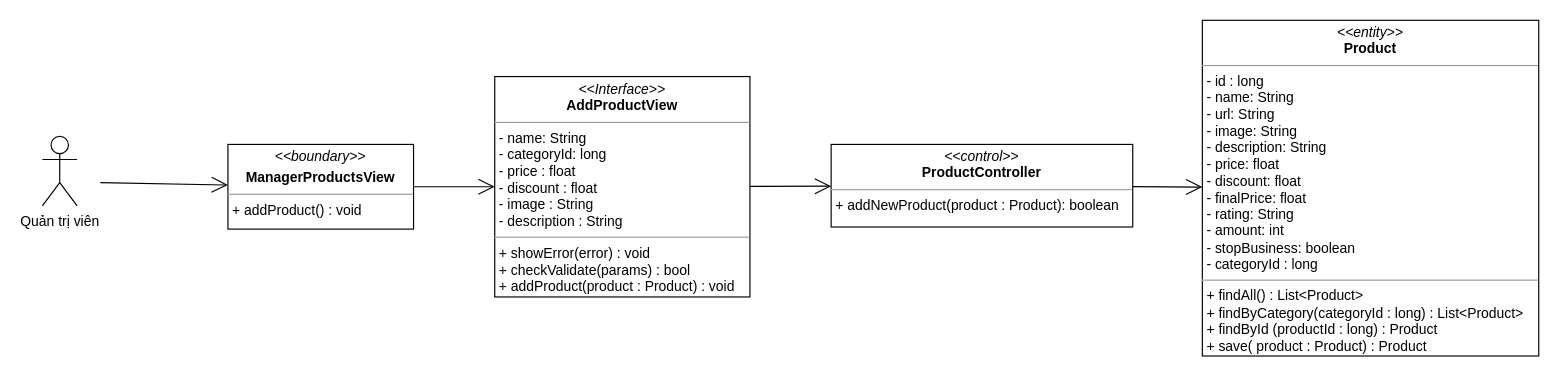
nguyenphamvan/datn_20202 keeps this draw.io diagram as class diagram/manager-add-product-class-diagram.drawio. Above is the earlier version. Source tidied: cells renumbered, new cells numbered last; positions are measured from the earlier drawing's top-left corner, leaving out a move shared by most shapes. Both pictures are drawn from the tidied source at 116%, with x=0, y=0 at pixel (42, 20).
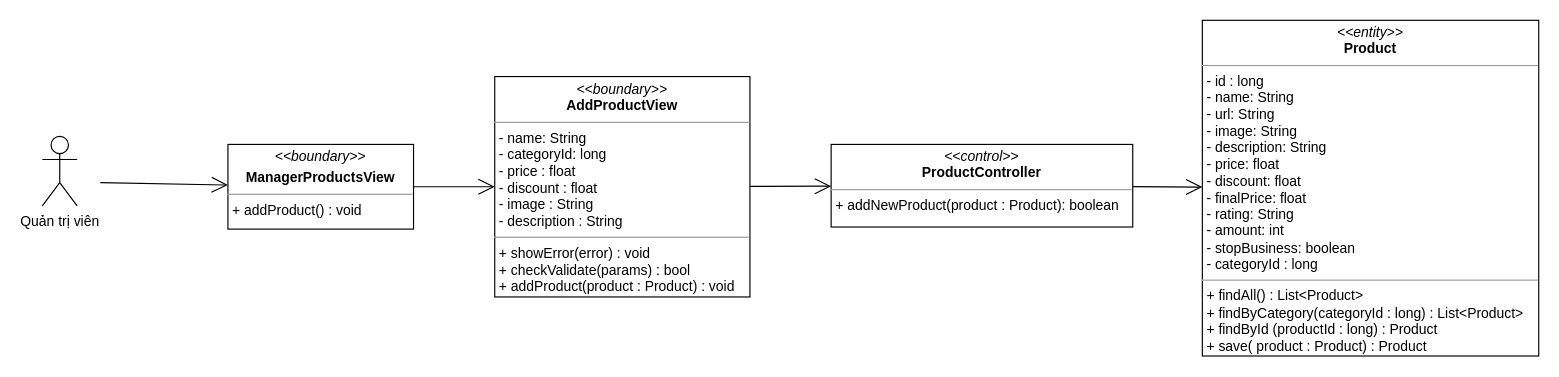
The same diagram, later.

What changed in the source:
```diff
@@
 <mxGraphModel>
   <root>
     <mxCell id="0" />
     <mxCell id="1" parent="0" />
     <mxCell id="2" value="&lt;p style=&quot;margin: 0px ; margin-top: 4px ; text-align: center&quot;&gt;&lt;i&gt;&amp;lt;&amp;lt;boundary&amp;gt;&amp;gt;&lt;/i&gt;&lt;/p&gt;&lt;p style=&quot;margin: 0px ; margin-top: 4px ; text-align: center&quot;&gt;&lt;b&gt;ManagerProductsView&lt;/b&gt;&lt;/p&gt;&lt;hr size=&quot;1&quot;&gt;&lt;p style=&quot;margin: 0px ; margin-left: 4px&quot;&gt;&lt;span&gt;+ addProduct() : void&lt;/span&gt;&lt;/p&gt;" style="verticalAlign=top;align=left;overflow=fill;fontSize=12;fontFamily=Helvetica;html=1;" parent="1" vertex="1">
       <mxGeometry x="160" y="107" width="160" height="73" as="geometry" />
     </mxCell>
     <mxCell id="3" style="endArrow=open;endFill=1;endSize=12;html=1;exitX=1;exitY=0.5;exitDx=0;exitDy=0;" parent="1" edge="1" source="2" target="7">
       <mxGeometry relative="1" as="geometry" />
     </mxCell>
     <mxCell id="4" value="&lt;p style=&quot;margin: 0px ; margin-top: 4px ; text-align: center&quot;&gt;&lt;i&gt;&amp;lt;&amp;lt;control&amp;gt;&amp;gt;&lt;/i&gt;&lt;br&gt;&lt;b&gt;ProductController&lt;/b&gt;&lt;/p&gt;&lt;hr size=&quot;1&quot;&gt;&lt;p style=&quot;margin: 0px ; margin-left: 4px&quot;&gt;+ addNewProduct(product : Product): boolean&lt;br&gt;&lt;/p&gt;" style="verticalAlign=top;align=left;overflow=fill;fontSize=12;fontFamily=Helvetica;html=1;" parent="1" vertex="1">
       <mxGeometry x="680" y="107" width="260" height="71.2" as="geometry" />
     </mxCell>
     <mxCell id="5" value="&lt;p style=&quot;margin: 0px ; margin-top: 4px ; text-align: center&quot;&gt;&lt;i&gt;&amp;lt;&amp;lt;entity&amp;gt;&amp;gt;&lt;/i&gt;&lt;br&gt;&lt;b&gt;Product&lt;/b&gt;&lt;/p&gt;&lt;hr size=&quot;1&quot;&gt;&lt;p style=&quot;margin: 0px ; margin-left: 4px&quot;&gt;- id : long&lt;/p&gt;&lt;p style=&quot;margin: 0px ; margin-left: 4px&quot;&gt;- name: String&lt;br&gt;- url: String&lt;/p&gt;&lt;p style=&quot;margin: 0px ; margin-left: 4px&quot;&gt;- image: String&lt;/p&gt;&lt;p style=&quot;margin: 0px ; margin-left: 4px&quot;&gt;- description: String&lt;/p&gt;&lt;p style=&quot;margin: 0px ; margin-left: 4px&quot;&gt;- price: float&lt;/p&gt;&lt;p style=&quot;margin: 0px ; margin-left: 4px&quot;&gt;- discount: float&lt;/p&gt;&lt;p style=&quot;margin: 0px ; margin-left: 4px&quot;&gt;- finalPrice: float&lt;/p&gt;&lt;p style=&quot;margin: 0px ; margin-left: 4px&quot;&gt;- rating: String&lt;/p&gt;&lt;p style=&quot;margin: 0px ; margin-left: 4px&quot;&gt;- amount: int&lt;/p&gt;&lt;p style=&quot;margin: 0px ; margin-left: 4px&quot;&gt;- stopBusiness: boolean&lt;/p&gt;&lt;p style=&quot;margin: 0px ; margin-left: 4px&quot;&gt;- categoryId : long&lt;/p&gt;&lt;hr size=&quot;1&quot;&gt;&lt;p style=&quot;margin: 0px 0px 0px 4px&quot;&gt;+ findAll() : List&amp;lt;Product&amp;gt;&lt;/p&gt;&lt;p style=&quot;margin: 0px 0px 0px 4px&quot;&gt;+ findByCategory(categoryId : long) : List&amp;lt;Product&amp;gt;&lt;/p&gt;&lt;p style=&quot;margin: 0px 0px 0px 4px&quot;&gt;+ findById (productId : long) : Product&lt;/p&gt;&lt;p style=&quot;margin: 0px 0px 0px 4px&quot;&gt;+ save( product : Product) : Product&lt;/p&gt;" style="verticalAlign=top;align=left;overflow=fill;fontSize=12;fontFamily=Helvetica;html=1;" parent="1" vertex="1">
       <mxGeometry x="1000" width="290" height="289.4" as="geometry" />
     </mxCell>
     <mxCell id="6" style="endArrow=open;endFill=1;endSize=12;html=1;" parent="1" edge="1" source="4" target="5">
       <mxGeometry relative="1" as="geometry" />
     </mxCell>
-    <mxCell id="7" value="&lt;p style=&quot;margin: 0px ; margin-top: 4px ; text-align: center&quot;&gt;&lt;i&gt;&amp;lt;&amp;lt;Interface&amp;gt;&amp;gt;&lt;/i&gt;&lt;br&gt;&lt;b&gt;AddProductView&lt;/b&gt;&lt;/p&gt;&lt;hr size=&quot;1&quot;&gt;&lt;p style=&quot;margin: 0px ; margin-left: 4px&quot;&gt;- name: String&lt;br&gt;- categoryId: long&lt;/p&gt;&lt;p style=&quot;margin: 0px ; margin-left: 4px&quot;&gt;- price : float&lt;/p&gt;&lt;p style=&quot;margin: 0px ; margin-left: 4px&quot;&gt;- discount : float&lt;/p&gt;&lt;p style=&quot;margin: 0px ; margin-left: 4px&quot;&gt;- image : String&lt;/p&gt;&lt;p style=&quot;margin: 0px ; margin-left: 4px&quot;&gt;- description : String&lt;/p&gt;&lt;hr size=&quot;1&quot;&gt;&lt;p style=&quot;margin: 0px 0px 0px 4px&quot;&gt;+ showError(error) : void&lt;br&gt;&lt;/p&gt;&lt;p style=&quot;margin: 0px 0px 0px 4px&quot;&gt;+ checkValidate(params) : bool&lt;/p&gt;&lt;p style=&quot;margin: 0px 0px 0px 4px&quot;&gt;+ addProduct(product : Product) : void&lt;/p&gt;" style="verticalAlign=top;align=left;overflow=fill;fontSize=12;fontFamily=Helvetica;html=1;" parent="1" vertex="1">
+    <mxCell id="7" value="&lt;p style=&quot;margin: 0px ; margin-top: 4px ; text-align: center&quot;&gt;&lt;i&gt;&amp;lt;&amp;lt;boundary&amp;gt;&amp;gt;&lt;/i&gt;&lt;br&gt;&lt;b&gt;AddProductView&lt;/b&gt;&lt;/p&gt;&lt;hr size=&quot;1&quot;&gt;&lt;p style=&quot;margin: 0px ; margin-left: 4px&quot;&gt;- name: String&lt;br&gt;- categoryId: long&lt;/p&gt;&lt;p style=&quot;margin: 0px ; margin-left: 4px&quot;&gt;- price : float&lt;/p&gt;&lt;p style=&quot;margin: 0px ; margin-left: 4px&quot;&gt;- discount : float&lt;/p&gt;&lt;p style=&quot;margin: 0px ; margin-left: 4px&quot;&gt;- image : String&lt;/p&gt;&lt;p style=&quot;margin: 0px ; margin-left: 4px&quot;&gt;- description : String&lt;/p&gt;&lt;hr size=&quot;1&quot;&gt;&lt;p style=&quot;margin: 0px 0px 0px 4px&quot;&gt;+ showError(error) : void&lt;br&gt;&lt;/p&gt;&lt;p style=&quot;margin: 0px 0px 0px 4px&quot;&gt;+ checkValidate(params) : bool&lt;/p&gt;&lt;p style=&quot;margin: 0px 0px 0px 4px&quot;&gt;+ addProduct(product : Product) : void&lt;/p&gt;" style="verticalAlign=top;align=left;overflow=fill;fontSize=12;fontFamily=Helvetica;html=1;" parent="1" vertex="1">
       <mxGeometry x="390" y="48.5" width="220" height="190" as="geometry" />
     </mxCell>
     <mxCell id="8" style="endArrow=open;endFill=1;endSize=12;html=1;" parent="1" edge="1" source="7" target="4">
       <mxGeometry relative="1" as="geometry" />
     </mxCell>
     <mxCell id="9" value="Quản trị viên" style="shape=umlActor;verticalLabelPosition=bottom;verticalAlign=top;html=1;" parent="1" vertex="1">
       <mxGeometry y="100" width="30" height="60" as="geometry" />
     </mxCell>
     <mxCell id="10" style="endArrow=open;endFill=1;endSize=12;html=1;" parent="1" edge="1" target="2">
       <mxGeometry relative="1" as="geometry">
         <mxPoint x="50" y="140" as="sourcePoint" />
       </mxGeometry>
     </mxCell>
   </root>
 </mxGraphModel>
```
